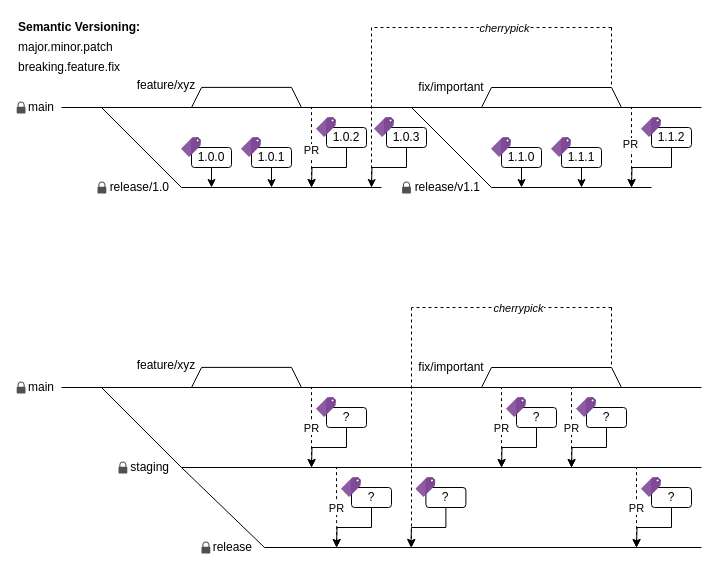
This is drawings/branching.drawio from wemogy/documentation, a draw.io file, before an edit. Source tidied: cells renumbered, new cells numbered last; positions are measured from the earlier drawing's top-left corner, leaving out a move shared by most shapes. Both pictures are drawn from the tidied source at 100%, with x=0, y=0 at pixel (16, 17).
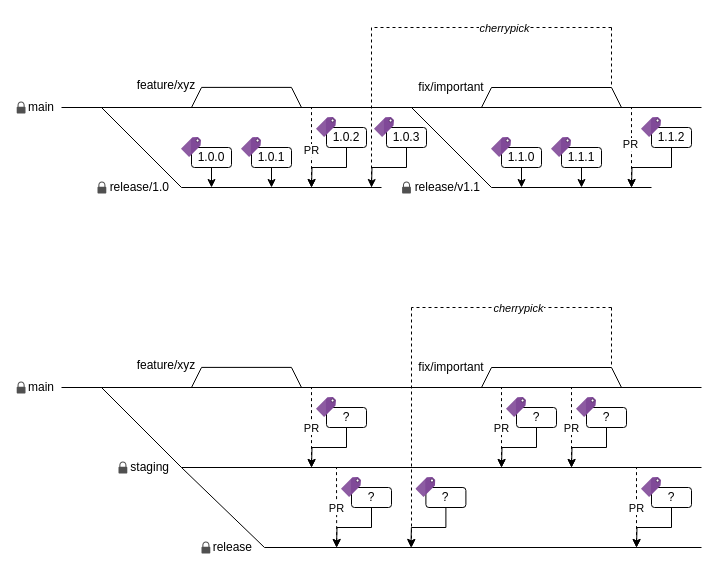
Above is the later version.

The edit, as a diff of the source:
```diff
@@
-    <mxCell id="10" value="major.minor.patch" style="text;html=1;strokeColor=none;fillColor=none;align=left;verticalAlign=middle;whiteSpace=wrap;rounded=0;" parent="1" vertex="1">
-      <mxGeometry x="0.2" y="20" width="120" height="20" as="geometry" />
-    </mxCell>
-    <mxCell id="11" value="breaking.feature.fix" style="text;html=1;strokeColor=none;fillColor=none;align=left;verticalAlign=middle;whiteSpace=wrap;rounded=0;" parent="1" vertex="1">
-      <mxGeometry x="0.2" y="40" width="120" height="20" as="geometry" />
-    </mxCell>
@@
-    <mxCell id="45" value="&lt;b&gt;Semantic Versioning:&lt;/b&gt;" style="text;html=1;strokeColor=none;fillColor=none;align=left;verticalAlign=middle;whiteSpace=wrap;rounded=0;" parent="1" vertex="1">
-      <mxGeometry x="0.2" width="130" height="20" as="geometry" />
-    </mxCell>
```
